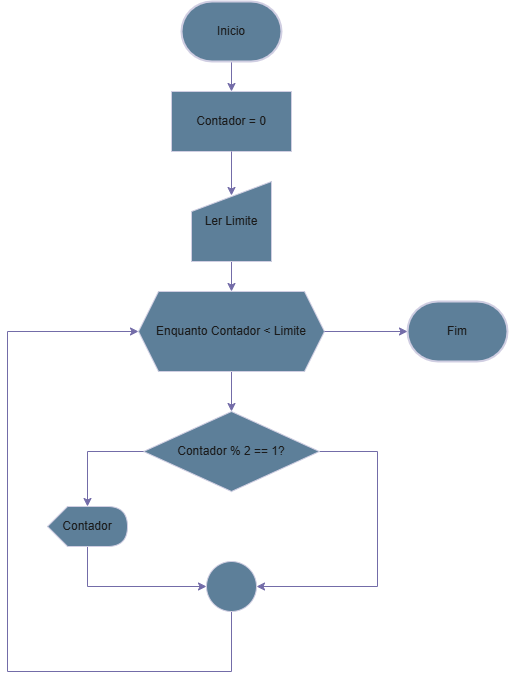
Above: Diagramas/exercicios31.drawio.png in andrew-cdia/algoritmos-lista1 (draw.io), before the change. Source tidied: cells renumbered, new cells last; positions are measured from the earlier drawing's top-left corner, leaving out a move shared by most shapes.
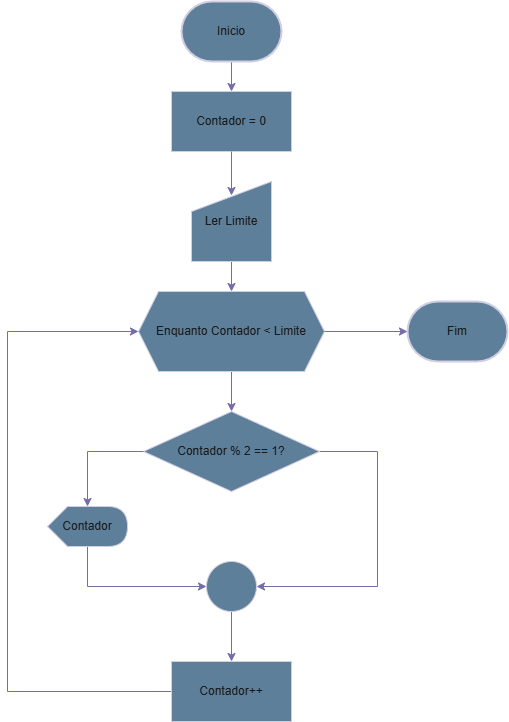
After the change.

Change to the diagram source:
```diff
@@ -47,15 +47,17 @@
     <mxCell id="13" value="Contador" style="shape=display;whiteSpace=wrap;html=1;strokeColor=#D0CEE2;fontColor=#1A1A1A;fillColor=#5D7F99;" parent="1" vertex="1">
       <mxGeometry x="40" y="505" width="80" height="40" as="geometry" />
     </mxCell>
-    <mxCell id="14" style="edgeStyle=orthogonalEdgeStyle;rounded=0;jettySize=auto;html=1;entryX=0;entryY=0.5;entryDx=0;entryDy=0;strokeColor=#736CA8;fontColor=#1A1A1A;" parent="1" edge="1" source="15" target="9">
+    <mxCell id="14" style="edgeStyle=orthogonalEdgeStyle;rounded=0;jettySize=auto;html=1;entryX=0;entryY=0.5;entryDx=0;entryDy=0;strokeColor=#736CA8;fontColor=#1A1A1A;exitX=0;exitY=0.5;exitDx=0;exitDy=0;" parent="1" edge="1" source="20" target="9">
       <mxGeometry relative="1" as="geometry">
         <Array as="points">
-          <mxPoint x="224" y="670" />
-          <mxPoint y="670" />
+          <mxPoint y="690" />
           <mxPoint y="330" />
         </Array>
       </mxGeometry>
     </mxCell>
+    <mxCell id="19" style="edgeStyle=orthogonalEdgeStyle;rounded=0;jettySize=auto;html=1;entryX=0.5;entryY=0;entryDx=0;entryDy=0;strokeColor=#736CA8;fontColor=#1A1A1A;" parent="1" edge="1" source="15" target="20">
+      <mxGeometry relative="1" as="geometry" />
+    </mxCell>
     <mxCell id="15" style="ellipse;whiteSpace=wrap;html=1;strokeColor=#D0CEE2;fontColor=#1A1A1A;fillColor=#5D7F99;" parent="1" vertex="1">
       <mxGeometry x="199" y="560" width="50" height="50" as="geometry" />
     </mxCell>
@@ -68,5 +70,8 @@
     <mxCell id="18" style="edgeStyle=orthogonalEdgeStyle;rounded=0;jettySize=auto;html=1;entryX=0;entryY=0.5;entryDx=0;entryDy=0;entryPerimeter=0;strokeColor=#736CA8;fontColor=#1A1A1A;" parent="1" edge="1" source="9" target="2">
       <mxGeometry relative="1" as="geometry" />
     </mxCell>
+    <mxCell id="20" value="Contador++" style="rounded=0;whiteSpace=wrap;html=1;strokeColor=#D0CEE2;fontColor=#1A1A1A;fillColor=#5D7F99;" parent="1" vertex="1">
+      <mxGeometry x="164" y="660" width="120" height="60" as="geometry" />
+    </mxCell>
   </root>
 </mxGraphModel>
```
